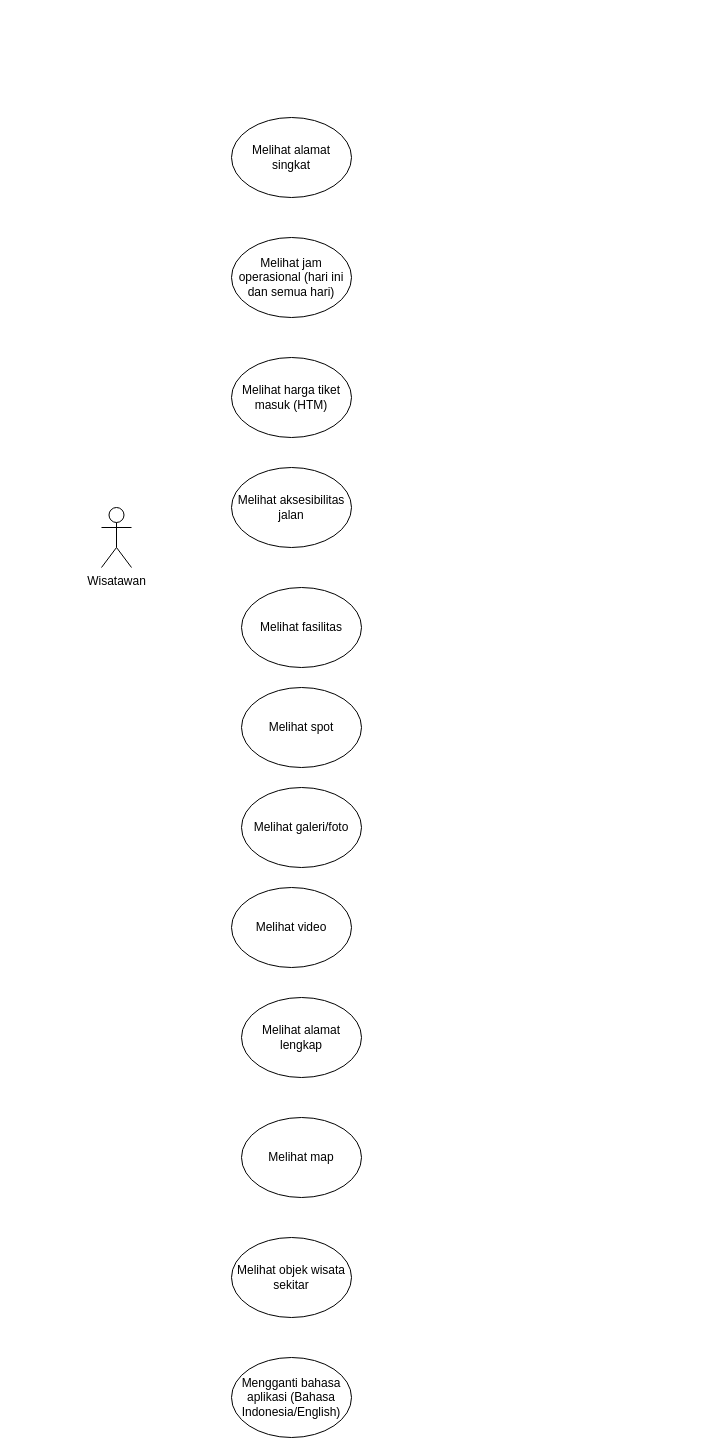
Above: Use Case Diagram_GVGApp.drawio in ariefzuhri/Diagrams (draw.io), before the change. Source tidied: cells renumbered, new cells numbered last; positions are measured from the earlier drawing's top-left corner, leaving out a move shared by most shapes. Both pictures are drawn from the tidied source at 100%, with x=0, y=0 at pixel (101, 117).
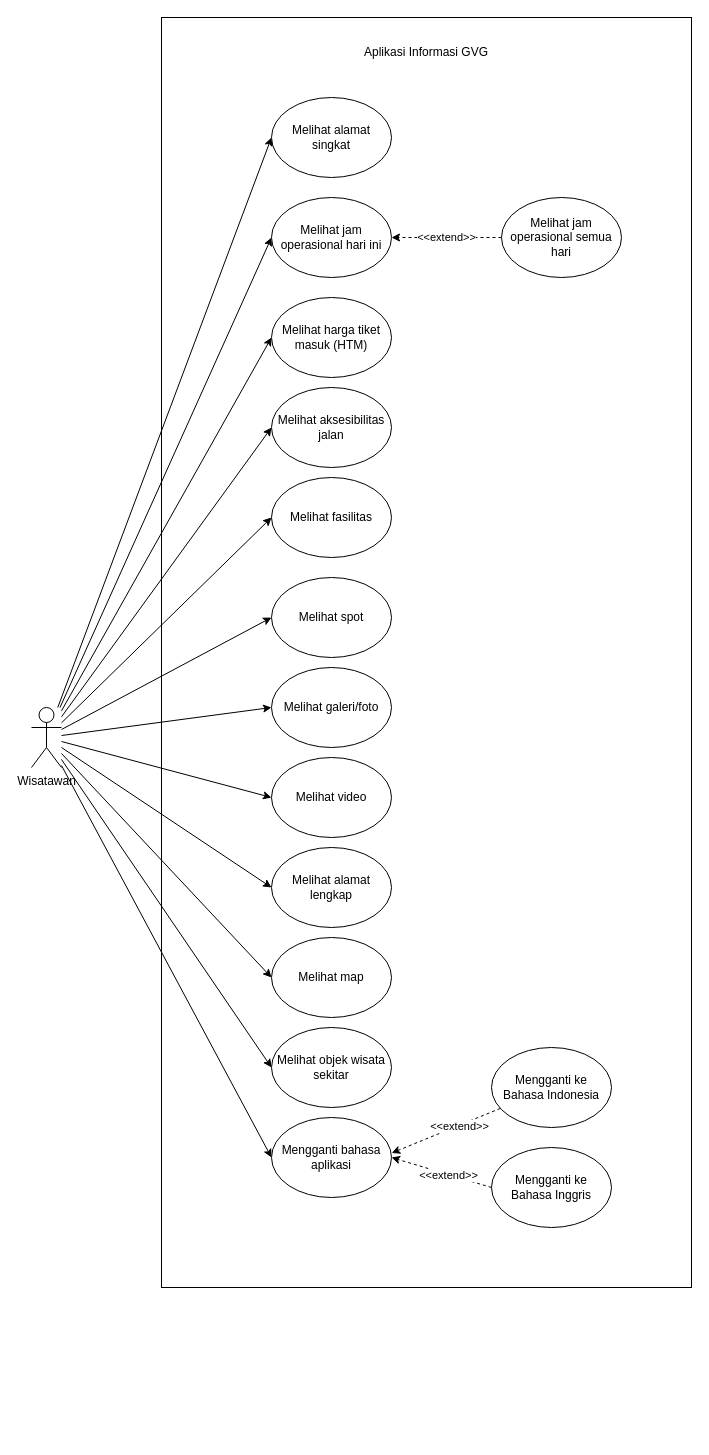
Above is the later version.

Change to the diagram source:
```diff
@@
+    <mxCell id="15" style="rounded=0;whiteSpace=wrap;html=1;" parent="1" vertex="1">
+      <mxGeometry x="60" y="-100" width="530" height="1270" as="geometry" />
+    </mxCell>
+    <mxCell id="16" style="rounded=0;jettySize=auto;html=1;entryX=0;entryY=0.5;entryDx=0;entryDy=0;" parent="1" edge="1" source="2" target="3">
+      <mxGeometry relative="1" as="geometry" />
+    </mxCell>
+    <mxCell id="17" style="edgeStyle=none;rounded=0;jettySize=auto;html=1;entryX=0;entryY=0.5;entryDx=0;entryDy=0;" parent="1" edge="1" source="2" target="4">
+      <mxGeometry relative="1" as="geometry" />
+    </mxCell>
+    <mxCell id="18" style="edgeStyle=none;rounded=0;jettySize=auto;html=1;entryX=0;entryY=0.5;entryDx=0;entryDy=0;" parent="1" edge="1" source="2" target="5">
+      <mxGeometry relative="1" as="geometry" />
+    </mxCell>
+    <mxCell id="19" style="edgeStyle=none;rounded=0;jettySize=auto;html=1;entryX=0;entryY=0.5;entryDx=0;entryDy=0;" parent="1" edge="1" source="2" target="6">
+      <mxGeometry relative="1" as="geometry" />
+    </mxCell>
+    <mxCell id="20" style="edgeStyle=none;rounded=0;jettySize=auto;html=1;entryX=0;entryY=0.5;entryDx=0;entryDy=0;" parent="1" edge="1" source="2" target="7">
+      <mxGeometry relative="1" as="geometry" />
+    </mxCell>
+    <mxCell id="21" style="edgeStyle=none;rounded=0;jettySize=auto;html=1;entryX=0;entryY=0.5;entryDx=0;entryDy=0;" parent="1" edge="1" source="2" target="8">
+      <mxGeometry relative="1" as="geometry" />
+    </mxCell>
+    <mxCell id="22" style="edgeStyle=none;rounded=0;jettySize=auto;html=1;entryX=0;entryY=0.5;entryDx=0;entryDy=0;" parent="1" edge="1" source="2" target="9">
+      <mxGeometry relative="1" as="geometry" />
+    </mxCell>
+    <mxCell id="23" style="edgeStyle=none;rounded=0;jettySize=auto;html=1;entryX=0;entryY=0.5;entryDx=0;entryDy=0;" parent="1" edge="1" source="2" target="10">
+      <mxGeometry relative="1" as="geometry" />
+    </mxCell>
+    <mxCell id="24" style="edgeStyle=none;rounded=0;jettySize=auto;html=1;entryX=0;entryY=0.5;entryDx=0;entryDy=0;" parent="1" edge="1" source="2" target="11">
+      <mxGeometry relative="1" as="geometry" />
+    </mxCell>
+    <mxCell id="25" style="edgeStyle=none;rounded=0;jettySize=auto;html=1;entryX=0;entryY=0.5;entryDx=0;entryDy=0;" parent="1" edge="1" source="2" target="12">
+      <mxGeometry relative="1" as="geometry" />
+    </mxCell>
+    <mxCell id="26" style="edgeStyle=none;rounded=0;jettySize=auto;html=1;entryX=0;entryY=0.5;entryDx=0;entryDy=0;" parent="1" edge="1" source="2" target="13">
+      <mxGeometry relative="1" as="geometry" />
+    </mxCell>
+    <mxCell id="27" style="edgeStyle=none;rounded=0;jettySize=auto;html=1;entryX=0;entryY=0.5;entryDx=0;entryDy=0;" parent="1" edge="1" source="2" target="14">
+      <mxGeometry relative="1" as="geometry" />
+    </mxCell>
     <mxCell id="2" value="Wisatawan" style="shape=umlActor;verticalLabelPosition=bottom;verticalAlign=top;html=1;outlineConnect=0;" parent="1" vertex="1">
-      <mxGeometry y="390" width="30" height="60" as="geometry" />
+      <mxGeometry x="-70" y="590" width="30" height="60" as="geometry" />
     </mxCell>
     <mxCell id="3" value="Melihat alamat singkat" style="ellipse;whiteSpace=wrap;html=1;" parent="1" vertex="1">
-      <mxGeometry x="130" width="120" height="80" as="geometry" />
+      <mxGeometry x="170" y="-20" width="120" height="80" as="geometry" />
     </mxCell>
-    <mxCell id="4" value="Melihat jam operasional (hari ini dan semua hari)" style="ellipse;whiteSpace=wrap;html=1;" parent="1" vertex="1">
-      <mxGeometry x="130" y="120" width="120" height="80" as="geometry" />
+    <mxCell id="4" value="Melihat jam operasional hari ini" style="ellipse;whiteSpace=wrap;html=1;" parent="1" vertex="1">
+      <mxGeometry x="170" y="80" width="120" height="80" as="geometry" />
     </mxCell>
     <mxCell id="5" value="Melihat harga tiket masuk (HTM)" style="ellipse;whiteSpace=wrap;html=1;" parent="1" vertex="1">
-      <mxGeometry x="130" y="240" width="120" height="80" as="geometry" />
+      <mxGeometry x="170" y="180" width="120" height="80" as="geometry" />
     </mxCell>
     <mxCell id="6" value="Melihat aksesibilitas jalan" style="ellipse;whiteSpace=wrap;html=1;" parent="1" vertex="1">
-      <mxGeometry x="130" y="350" width="120" height="80" as="geometry" />
+      <mxGeometry x="170" y="270" width="120" height="80" as="geometry" />
     </mxCell>
     <mxCell id="7" value="Melihat fasilitas" style="ellipse;whiteSpace=wrap;html=1;" parent="1" vertex="1">
-      <mxGeometry x="140" y="470" width="120" height="80" as="geometry" />
+      <mxGeometry x="170" y="360" width="120" height="80" as="geometry" />
     </mxCell>
     <mxCell id="8" value="Melihat spot" style="ellipse;whiteSpace=wrap;html=1;" parent="1" vertex="1">
-      <mxGeometry x="140" y="570" width="120" height="80" as="geometry" />
+      <mxGeometry x="170" y="460" width="120" height="80" as="geometry" />
     </mxCell>
     <mxCell id="9" value="Melihat galeri/foto" style="ellipse;whiteSpace=wrap;html=1;" parent="1" vertex="1">
-      <mxGeometry x="140" y="670" width="120" height="80" as="geometry" />
+      <mxGeometry x="170" y="550" width="120" height="80" as="geometry" />
     </mxCell>
     <mxCell id="10" value="Melihat video" style="ellipse;whiteSpace=wrap;html=1;" parent="1" vertex="1">
-      <mxGeometry x="130" y="770" width="120" height="80" as="geometry" />
+      <mxGeometry x="170" y="640" width="120" height="80" as="geometry" />
     </mxCell>
     <mxCell id="11" value="Melihat alamat lengkap" style="ellipse;whiteSpace=wrap;html=1;" parent="1" vertex="1">
-      <mxGeometry x="140" y="880" width="120" height="80" as="geometry" />
+      <mxGeometry x="170" y="730" width="120" height="80" as="geometry" />
     </mxCell>
     <mxCell id="12" value="Melihat map" style="ellipse;whiteSpace=wrap;html=1;" parent="1" vertex="1">
-      <mxGeometry x="140" y="1000" width="120" height="80" as="geometry" />
+      <mxGeometry x="170" y="820" width="120" height="80" as="geometry" />
     </mxCell>
     <mxCell id="13" value="Melihat objek wisata sekitar" style="ellipse;whiteSpace=wrap;html=1;" parent="1" vertex="1">
-      <mxGeometry x="130" y="1120" width="120" height="80" as="geometry" />
+      <mxGeometry x="170" y="910" width="120" height="80" as="geometry" />
     </mxCell>
-    <mxCell id="14" value="Mengganti bahasa aplikasi (Bahasa Indonesia/English)" style="ellipse;whiteSpace=wrap;html=1;" parent="1" vertex="1">
-      <mxGeometry x="130" y="1240" width="120" height="80" as="geometry" />
+    <mxCell id="14" value="Mengganti bahasa aplikasi" style="ellipse;whiteSpace=wrap;html=1;" parent="1" vertex="1">
+      <mxGeometry x="170" y="1000" width="120" height="80" as="geometry" />
     </mxCell>
+    <mxCell id="28" value="Aplikasi Informasi GVG" style="text;html=1;strokeColor=none;fillColor=none;align=center;verticalAlign=middle;whiteSpace=wrap;rounded=0;" parent="1" vertex="1">
+      <mxGeometry x="255" y="-80" width="140" height="30" as="geometry" />
+    </mxCell>
+    <mxCell id="29" style="edgeStyle=none;rounded=0;jettySize=auto;html=1;entryX=1;entryY=0.5;entryDx=0;entryDy=0;dashed=1;" parent="1" edge="1" source="31" target="4">
+      <mxGeometry relative="1" as="geometry">
+        <Array as="points">
+          <mxPoint x="350" y="120" />
+        </Array>
+      </mxGeometry>
+    </mxCell>
+    <mxCell id="30" value="&amp;lt;&amp;lt;extend&amp;gt;&amp;gt;" style="edgeLabel;html=1;align=center;verticalAlign=middle;" parent="29" vertex="1">
+      <mxGeometry x="0.01" y="-1" relative="1" as="geometry" />
+    </mxCell>
+    <mxCell id="31" value="Melihat jam operasional semua hari" style="ellipse;whiteSpace=wrap;html=1;" parent="1" vertex="1">
+      <mxGeometry x="400" y="80" width="120" height="80" as="geometry" />
+    </mxCell>
+    <mxCell id="32" style="edgeStyle=none;rounded=0;jettySize=auto;html=1;entryX=1.002;entryY=0.444;entryDx=0;entryDy=0;dashed=1;entryPerimeter=0;" parent="1" edge="1" source="34" target="14">
+      <mxGeometry relative="1" as="geometry" />
+    </mxCell>
+    <mxCell id="33" value="&amp;lt;&amp;lt;extend&amp;gt;&amp;gt;" style="edgeLabel;html=1;align=center;verticalAlign=middle;" parent="32" vertex="1">
+      <mxGeometry x="-0.23" relative="1" as="geometry" />
+    </mxCell>
+    <mxCell id="34" value="Mengganti ke &lt;br&gt;Bahasa Indonesia" style="ellipse;whiteSpace=wrap;html=1;" parent="1" vertex="1">
+      <mxGeometry x="390" y="930" width="120" height="80" as="geometry" />
+    </mxCell>
+    <mxCell id="35" style="edgeStyle=none;rounded=0;jettySize=auto;html=1;exitX=0;exitY=0.5;exitDx=0;exitDy=0;entryX=1;entryY=0.5;entryDx=0;entryDy=0;dashed=1;" parent="1" edge="1" source="37" target="14">
+      <mxGeometry relative="1" as="geometry" />
+    </mxCell>
+    <mxCell id="36" value="&amp;lt;&amp;lt;extend&amp;gt;&amp;gt;" style="edgeLabel;html=1;align=center;verticalAlign=middle;" parent="35" vertex="1">
+      <mxGeometry x="-0.13" relative="1" as="geometry" />
+    </mxCell>
+    <mxCell id="37" value="Mengganti ke &lt;br&gt;Bahasa Inggris" style="ellipse;whiteSpace=wrap;html=1;" parent="1" vertex="1">
+      <mxGeometry x="390" y="1030" width="120" height="80" as="geometry" />
+    </mxCell>
```
